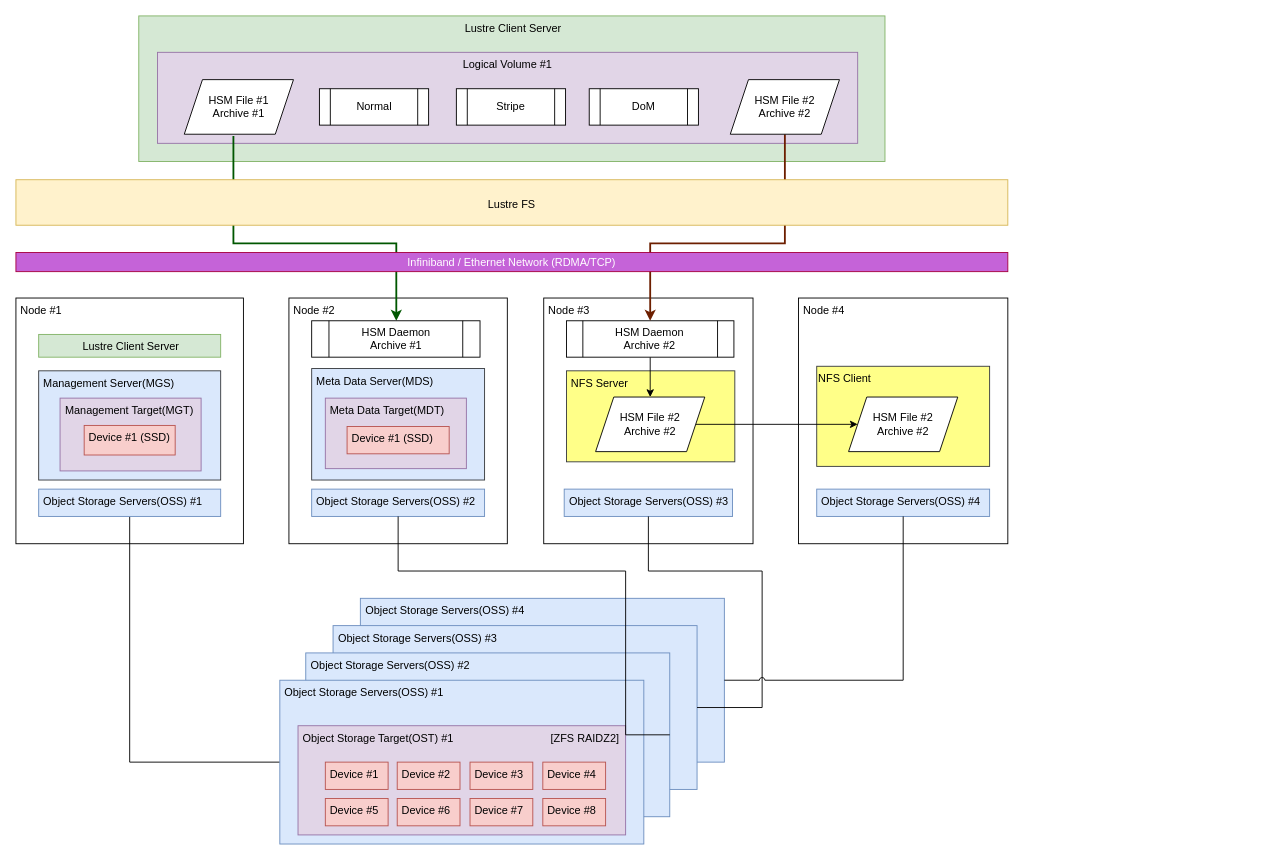
weed700/Lustre_study keeps this draw.io diagram as page "Lustre-color" (2 of 4) of Lustre FS.drawio. Above is the earlier version. Source tidied: cells renumbered, new cells numbered last; positions are measured from the earlier drawing's top-left corner, leaving out a move shared by most shapes. Both pictures are drawn from the tidied source at 91%, with x=0, y=0 at pixel (15, 15).
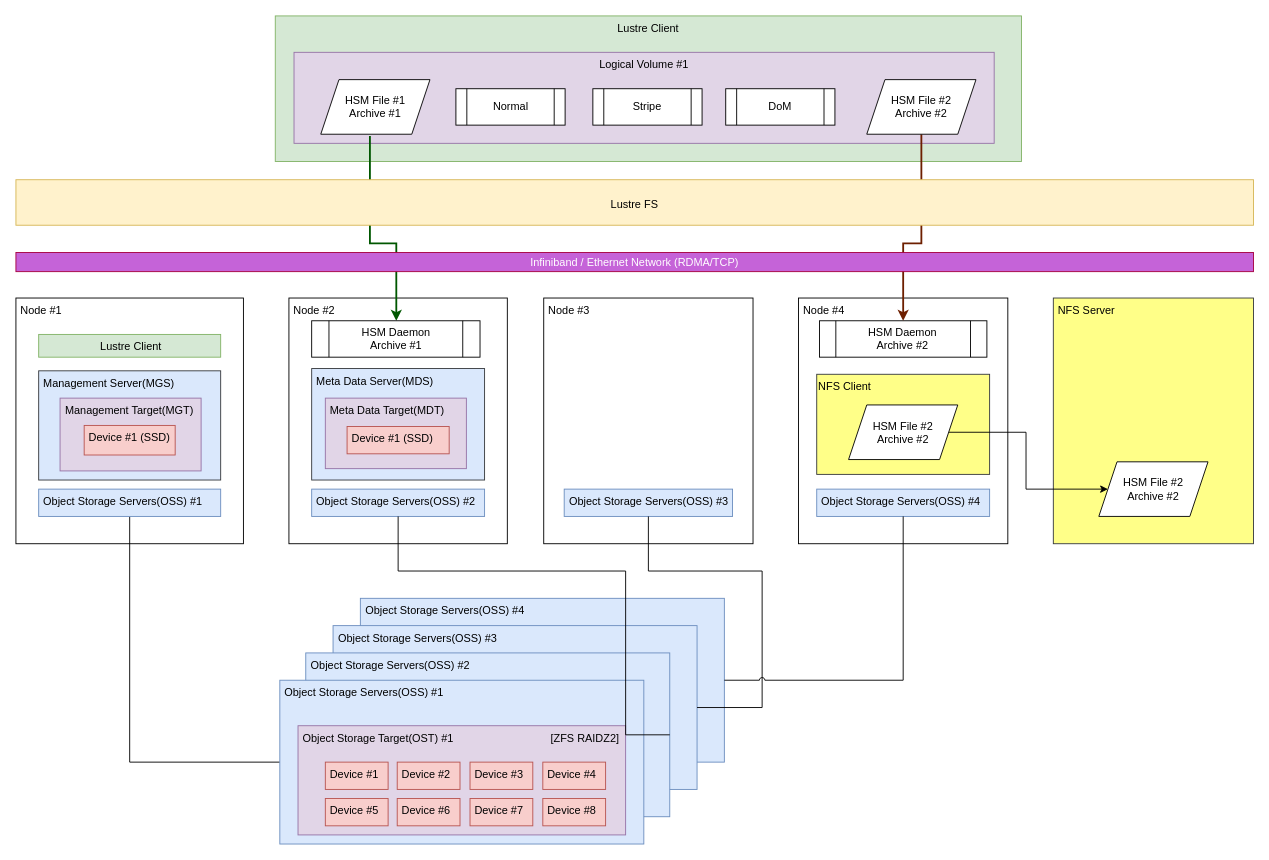
Above is the later version.

The change refers to these unchanged cells:
```xml
<mxCell id="37" value="HSM Daemon&lt;br&gt;Archive #1" style="shape=process;whiteSpace=wrap;html=1;backgroundOutline=1;fontSize=12;" parent="1" vertex="1">
  <mxGeometry x="325" y="335" width="185" height="40" as="geometry" />
</mxCell>
```

Diff of the diagram source:
```diff
@@
+    <mxCell id="38" value="&amp;nbsp;NFS Server" style="rounded=0;whiteSpace=wrap;html=1;align=left;verticalAlign=top;fillColor=#ffff88;strokeColor=#36393d;" parent="1" vertex="1">
+      <mxGeometry x="1140" y="310" width="220" height="270" as="geometry" />
+    </mxCell>
@@
-    <mxCell id="25" value="&amp;nbsp;Lustre Client Server" style="rounded=0;whiteSpace=wrap;html=1;align=center;verticalAlign=top;fillColor=#d5e8d4;strokeColor=#82b366;" parent="1" vertex="1">
+    <mxCell id="25" value="&amp;nbsp;Lustre Client" style="rounded=0;whiteSpace=wrap;html=1;align=center;verticalAlign=top;fillColor=#d5e8d4;strokeColor=#82b366;" parent="1" vertex="1">
       <mxGeometry x="25" y="350" width="200" height="25" as="geometry" />
     </mxCell>
@@
-    <mxCell id="31" value="&amp;nbsp;Lustre Client Server" style="rounded=0;whiteSpace=wrap;html=1;align=center;verticalAlign=top;fillColor=#d5e8d4;strokeColor=#82b366;" parent="1" vertex="1">
-      <mxGeometry x="135" width="820" height="160" as="geometry" />
+    <mxCell id="31" value="&amp;nbsp;Lustre Client&amp;nbsp;" style="rounded=0;whiteSpace=wrap;html=1;align=center;verticalAlign=top;fillColor=#d5e8d4;strokeColor=#82b366;" parent="1" vertex="1">
+      <mxGeometry x="285" width="820" height="160" as="geometry" />
     </mxCell>
     <mxCell id="32" value="Logical Volume #1" style="rounded=0;whiteSpace=wrap;html=1;align=center;verticalAlign=top;fillColor=#e1d5e7;strokeColor=#9673a6;" parent="1" vertex="1">
-      <mxGeometry x="155.6" y="40" width="769.4" height="100" as="geometry" />
+      <mxGeometry x="305.6" y="40" width="769.4" height="100" as="geometry" />
     </mxCell>
     <mxCell id="33" style="edgeStyle=orthogonalEdgeStyle;rounded=0;jumpStyle=arc;jettySize=auto;html=1;exitX=0.45;exitY=1.033;exitDx=0;exitDy=0;exitPerimeter=0;strokeWidth=2;fillColor=#008a00;strokeColor=#005700;" parent="1" edge="1" source="43" target="37">
       <mxGeometry relative="1" as="geometry">
         <Array as="points">
-          <mxPoint x="239" y="250" />
+          <mxPoint x="389" y="250" />
           <mxPoint x="418" y="250" />
         </Array>
       </mxGeometry>
     </mxCell>
     <mxCell id="34" value="Normal" style="shape=process;whiteSpace=wrap;html=1;backgroundOutline=1;fontSize=12;" parent="1" vertex="1">
-      <mxGeometry x="333.5" y="80" width="120" height="40" as="geometry" />
+      <mxGeometry x="483.5" y="80" width="120" height="40" as="geometry" />
     </mxCell>
     <mxCell id="35" value="Stripe" style="shape=process;whiteSpace=wrap;html=1;backgroundOutline=1;fontSize=12;" parent="1" vertex="1">
-      <mxGeometry x="484" y="80" width="120" height="40" as="geometry" />
+      <mxGeometry x="634" y="80" width="120" height="40" as="geometry" />
     </mxCell>
     <mxCell id="36" value="DoM" style="shape=process;whiteSpace=wrap;html=1;backgroundOutline=1;fontSize=12;" parent="1" vertex="1">
-      <mxGeometry x="630" y="80" width="120" height="40" as="geometry" />
+      <mxGeometry x="780" y="80" width="120" height="40" as="geometry" />
     </mxCell>
@@
-    <mxCell id="38" value="&amp;nbsp;NFS Server" style="rounded=0;whiteSpace=wrap;html=1;align=left;verticalAlign=top;fillColor=#ffff88;strokeColor=#36393d;" parent="1" vertex="1">
-      <mxGeometry x="605" y="390" width="185" height="100" as="geometry" />
-    </mxCell>
-    <mxCell id="39" style="edgeStyle=orthogonalEdgeStyle;rounded=0;jumpStyle=arc;jettySize=auto;html=1;exitX=0.5;exitY=1;exitDx=0;exitDy=0;entryX=0.5;entryY=0;entryDx=0;entryDy=0;" parent="1" edge="1" source="40" target="48">
-      <mxGeometry relative="1" as="geometry" />
-    </mxCell>
     <mxCell id="40" value="HSM Daemon&lt;br&gt;Archive #2" style="shape=process;whiteSpace=wrap;html=1;backgroundOutline=1;fontSize=12;" parent="1" vertex="1">
-      <mxGeometry x="605" y="335" width="184" height="40" as="geometry" />
+      <mxGeometry x="883" y="335" width="184" height="40" as="geometry" />
     </mxCell>
     <mxCell id="41" value="NFS Client" style="rounded=0;whiteSpace=wrap;html=1;align=left;verticalAlign=top;fillColor=#ffff88;strokeColor=#36393d;" parent="1" vertex="1">
-      <mxGeometry x="880" y="385" width="190" height="110" as="geometry" />
+      <mxGeometry x="880" y="393.8" width="190" height="110" as="geometry" />
     </mxCell>
     <mxCell id="42" style="edgeStyle=orthogonalEdgeStyle;rounded=0;jumpStyle=arc;jettySize=auto;html=1;exitX=0.5;exitY=1;exitDx=0;exitDy=0;entryX=0.5;entryY=0;entryDx=0;entryDy=0;strokeWidth=2;fillColor=#a0522d;strokeColor=#6D1F00;" parent="1" edge="1" source="44" target="40">
       <mxGeometry relative="1" as="geometry">
         <Array as="points">
-          <mxPoint x="845" y="250" />
-          <mxPoint x="697" y="250" />
+          <mxPoint x="995" y="250" />
+          <mxPoint x="975" y="250" />
         </Array>
       </mxGeometry>
     </mxCell>
     <mxCell id="43" value="HSM File #1&lt;br&gt;Archive #1" style="shape=parallelogram;perimeter=parallelogramPerimeter;whiteSpace=wrap;html=1;fixedSize=1;" parent="1" vertex="1">
-      <mxGeometry x="185" y="70" width="120" height="60" as="geometry" />
+      <mxGeometry x="335" y="70" width="120" height="60" as="geometry" />
     </mxCell>
     <mxCell id="44" value="HSM File #2&lt;br&gt;Archive #2" style="shape=parallelogram;perimeter=parallelogramPerimeter;whiteSpace=wrap;html=1;fixedSize=1;" parent="1" vertex="1">
-      <mxGeometry x="785" y="70" width="120" height="60" as="geometry" />
+      <mxGeometry x="935" y="70" width="120" height="60" as="geometry" />
     </mxCell>
     <mxCell id="45" value="&lt;font style=&quot;font-size: 12px;&quot;&gt;&lt;br&gt;Lustre FS&lt;/font&gt;" style="rounded=0;whiteSpace=wrap;html=1;align=center;verticalAlign=top;fillColor=#fff2cc;strokeColor=#d6b656;" parent="1" vertex="1">
-      <mxGeometry y="180" width="1090" height="50" as="geometry" />
+      <mxGeometry y="180" width="1360" height="50" as="geometry" />
     </mxCell>
     <mxCell id="46" value="Infiniband / Ethernet Network (RDMA/TCP)" style="rounded=0;whiteSpace=wrap;html=1;fillColor=#C563D8;strokeColor=#A50040;fontColor=#ffffff;" parent="1" vertex="1">
-      <mxGeometry y="260" width="1090" height="21" as="geometry" />
+      <mxGeometry y="260" width="1360" height="21" as="geometry" />
     </mxCell>
-    <mxCell id="47" style="edgeStyle=orthogonalEdgeStyle;rounded=0;jumpStyle=arc;jettySize=auto;html=1;exitX=1;exitY=0.5;exitDx=0;exitDy=0;entryX=0;entryY=0.5;entryDx=0;entryDy=0;" parent="1" edge="1" source="48" target="49">
-      <mxGeometry relative="1" as="geometry" />
-    </mxCell>
-    <mxCell id="48" value="HSM File #2&lt;br&gt;Archive #2" style="shape=parallelogram;perimeter=parallelogramPerimeter;whiteSpace=wrap;html=1;fixedSize=1;" parent="1" vertex="1">
-      <mxGeometry x="637" y="418.8" width="120" height="60" as="geometry" />
-    </mxCell>
+    <mxCell id="53" style="edgeStyle=orthogonalEdgeStyle;rounded=0;jumpStyle=arc;jettySize=auto;html=1;exitX=1;exitY=0.5;exitDx=0;exitDy=0;entryX=0;entryY=0.5;entryDx=0;entryDy=0;endArrow=classic;endFill=1;strokeWidth=1;" parent="1" edge="1" source="49" target="48">
+      <mxGeometry relative="1" as="geometry">
+        <Array as="points">
+          <mxPoint x="1110" y="458" />
+          <mxPoint x="1110" y="520" />
+        </Array>
+      </mxGeometry>
+    </mxCell>
     <mxCell id="49" value="HSM File #2&lt;br&gt;Archive #2" style="shape=parallelogram;perimeter=parallelogramPerimeter;whiteSpace=wrap;html=1;fixedSize=1;" parent="1" vertex="1">
-      <mxGeometry x="915" y="418.8" width="120" height="60" as="geometry" />
+      <mxGeometry x="915" y="427.5" width="120" height="60" as="geometry" />
     </mxCell>
@@
+    <mxCell id="48" value="HSM File #2&lt;br&gt;Archive #2" style="shape=parallelogram;perimeter=parallelogramPerimeter;whiteSpace=wrap;html=1;fixedSize=1;" parent="1" vertex="1">
+      <mxGeometry x="1190" y="490" width="120" height="60" as="geometry" />
+    </mxCell>
```
